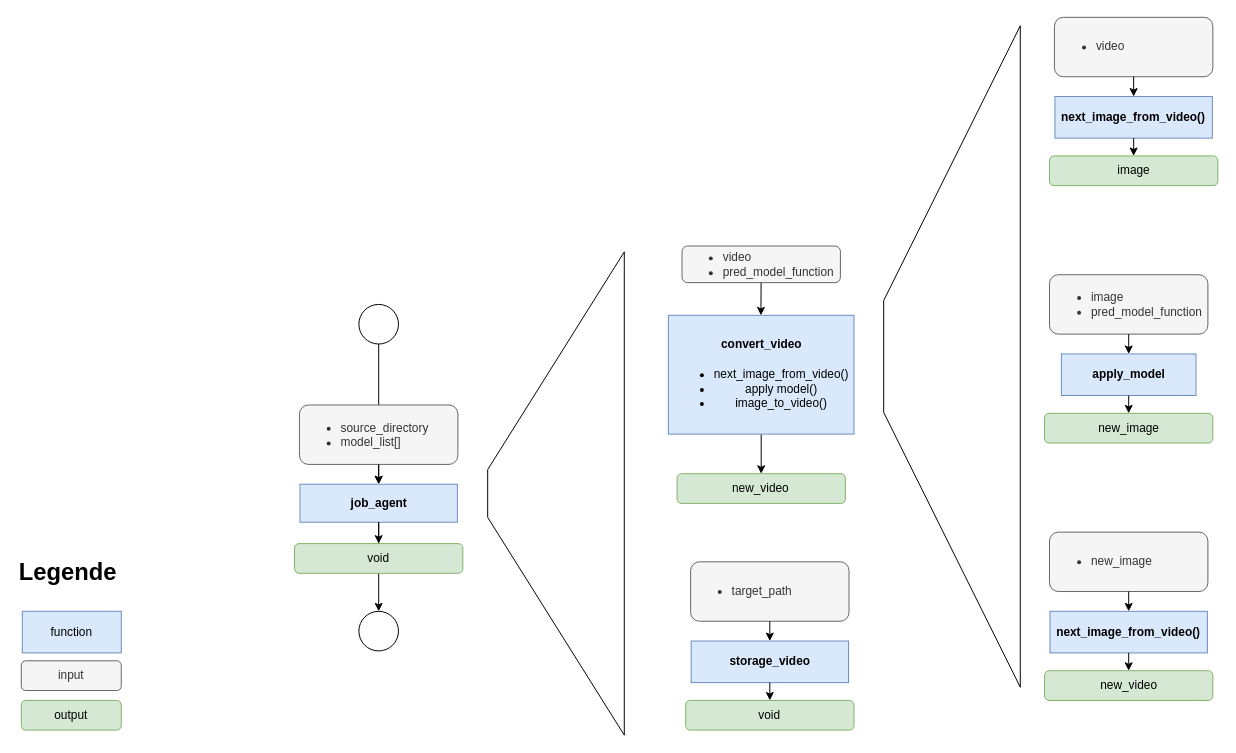
Earlier version of the draw.io diagram doc/video_converter.drawio (domhel/2025_p03_policy_learning). Source tidied: cells renumbered, new cells numbered last; positions are measured from the earlier drawing's top-left corner, leaving out a move shared by most shapes. Both pictures are drawn from the tidied source at 99%, with x=0, y=0 at pixel (17, 17).
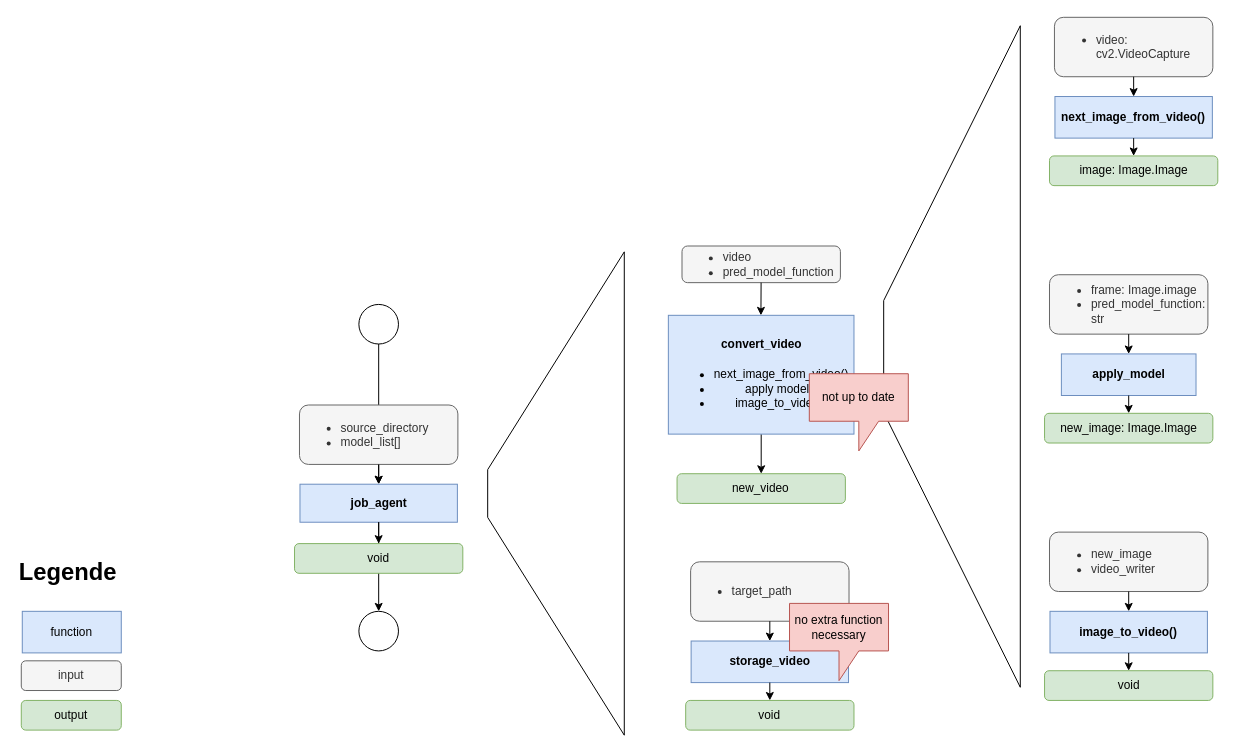
The same diagram, later.

Commit message (it also covers changes not shown here):
in-progress software to generate new datasets with depth information or segmentation

Change to the diagram source:
```diff
@@
-    <mxCell id="5" value="&lt;ul&gt;&lt;li&gt;image&lt;/li&gt;&lt;li&gt;pred_model_function&lt;/li&gt;&lt;/ul&gt;" style="rounded=1;whiteSpace=wrap;html=1;fillColor=#f5f5f5;fontColor=#333333;strokeColor=#666666;align=left;" parent="1" vertex="1">
+    <mxCell id="5" value="&lt;ul&gt;&lt;li&gt;frame: Image.image&lt;/li&gt;&lt;li&gt;pred_model_function: str&lt;/li&gt;&lt;/ul&gt;" style="rounded=1;whiteSpace=wrap;html=1;fillColor=#f5f5f5;fontColor=#333333;strokeColor=#666666;align=left;" parent="1" vertex="1">
       <mxGeometry x="1042.6" y="260" width="160" height="60" as="geometry" />
     </mxCell>
@@
-    <mxCell id="7" value="&lt;div&gt;&lt;font color=&quot;#000000&quot;&gt;new_image&lt;/font&gt;&lt;/div&gt;" style="rounded=1;whiteSpace=wrap;html=1;fillColor=#d5e8d4;strokeColor=#82b366;" parent="1" vertex="1">
+    <mxCell id="7" value="&lt;div&gt;&lt;font color=&quot;#000000&quot;&gt;new_image: Image.Image&lt;/font&gt;&lt;/div&gt;" style="rounded=1;whiteSpace=wrap;html=1;fillColor=#d5e8d4;strokeColor=#82b366;" parent="1" vertex="1">
       <mxGeometry x="1037.6" y="400" width="170" height="30" as="geometry" />
     </mxCell>
@@
-    <mxCell id="19" value="&lt;ul&gt;&lt;li&gt;video&lt;/li&gt;&lt;/ul&gt;" style="rounded=1;whiteSpace=wrap;html=1;fillColor=#f5f5f5;fontColor=#333333;strokeColor=#666666;align=left;" parent="1" vertex="1">
+    <mxCell id="19" value="&lt;ul&gt;&lt;li&gt;video:&amp;nbsp; cv2.VideoCapture&lt;/li&gt;&lt;/ul&gt;" style="rounded=1;whiteSpace=wrap;html=1;fillColor=#f5f5f5;fontColor=#333333;strokeColor=#666666;align=left;" parent="1" vertex="1">
       <mxGeometry x="1047.6" width="160" height="60" as="geometry" />
     </mxCell>
@@
-    <mxCell id="21" value="&lt;div&gt;&lt;font color=&quot;#000000&quot;&gt;image&lt;/font&gt;&lt;/div&gt;" style="rounded=1;whiteSpace=wrap;html=1;fillColor=#d5e8d4;strokeColor=#82b366;" parent="1" vertex="1">
+    <mxCell id="21" value="&lt;div&gt;&lt;font color=&quot;#000000&quot;&gt;image: Image.Image&lt;/font&gt;&lt;/div&gt;" style="rounded=1;whiteSpace=wrap;html=1;fillColor=#d5e8d4;strokeColor=#82b366;" parent="1" vertex="1">
       <mxGeometry x="1042.6" y="140" width="170" height="30" as="geometry" />
     </mxCell>
@@
-    <mxCell id="23" value="&lt;h4&gt;next_image_from_video()&lt;/h4&gt;" style="rounded=0;whiteSpace=wrap;html=1;fillColor=#dae8fc;strokeColor=#6c8ebf;" parent="1" vertex="1">
+    <mxCell id="23" value="&lt;h4&gt;image_to_video()&lt;/h4&gt;" style="rounded=0;whiteSpace=wrap;html=1;fillColor=#dae8fc;strokeColor=#6c8ebf;" parent="1" vertex="1">
       <mxGeometry x="1043.1" y="600" width="159" height="42" as="geometry" />
     </mxCell>
-    <mxCell id="24" value="&lt;ul&gt;&lt;li&gt;new_image&lt;/li&gt;&lt;/ul&gt;" style="rounded=1;whiteSpace=wrap;html=1;fillColor=#f5f5f5;fontColor=#333333;strokeColor=#666666;align=left;" parent="1" vertex="1">
+    <mxCell id="24" value="&lt;ul&gt;&lt;li&gt;new_image&lt;/li&gt;&lt;li&gt;video_writer&lt;/li&gt;&lt;/ul&gt;" style="rounded=1;whiteSpace=wrap;html=1;fillColor=#f5f5f5;fontColor=#333333;strokeColor=#666666;align=left;" parent="1" vertex="1">
       <mxGeometry x="1042.6" y="520" width="160" height="60" as="geometry" />
     </mxCell>
@@
-    <mxCell id="26" value="&lt;div&gt;&lt;font color=&quot;#000000&quot;&gt;new_video&lt;/font&gt;&lt;/div&gt;" style="rounded=1;whiteSpace=wrap;html=1;fillColor=#d5e8d4;strokeColor=#82b366;" parent="1" vertex="1">
+    <mxCell id="26" value="&lt;div&gt;&lt;font color=&quot;#000000&quot;&gt;void&lt;/font&gt;&lt;/div&gt;" style="rounded=1;whiteSpace=wrap;html=1;fillColor=#d5e8d4;strokeColor=#82b366;" parent="1" vertex="1">
       <mxGeometry x="1037.6" y="660" width="170" height="30" as="geometry" />
     </mxCell>
@@
+    <mxCell id="42" value="no extra function necessary" style="shape=callout;whiteSpace=wrap;html=1;perimeter=calloutPerimeter;fillColor=#f8cecc;strokeColor=#b85450;" parent="1" vertex="1">
+      <mxGeometry x="780" y="592" width="100" height="78" as="geometry" />
+    </mxCell>
+    <mxCell id="43" value="not up to date" style="shape=callout;whiteSpace=wrap;html=1;perimeter=calloutPerimeter;fillColor=#f8cecc;strokeColor=#b85450;" parent="1" vertex="1">
+      <mxGeometry x="800" y="360" width="100" height="78" as="geometry" />
+    </mxCell>
```
